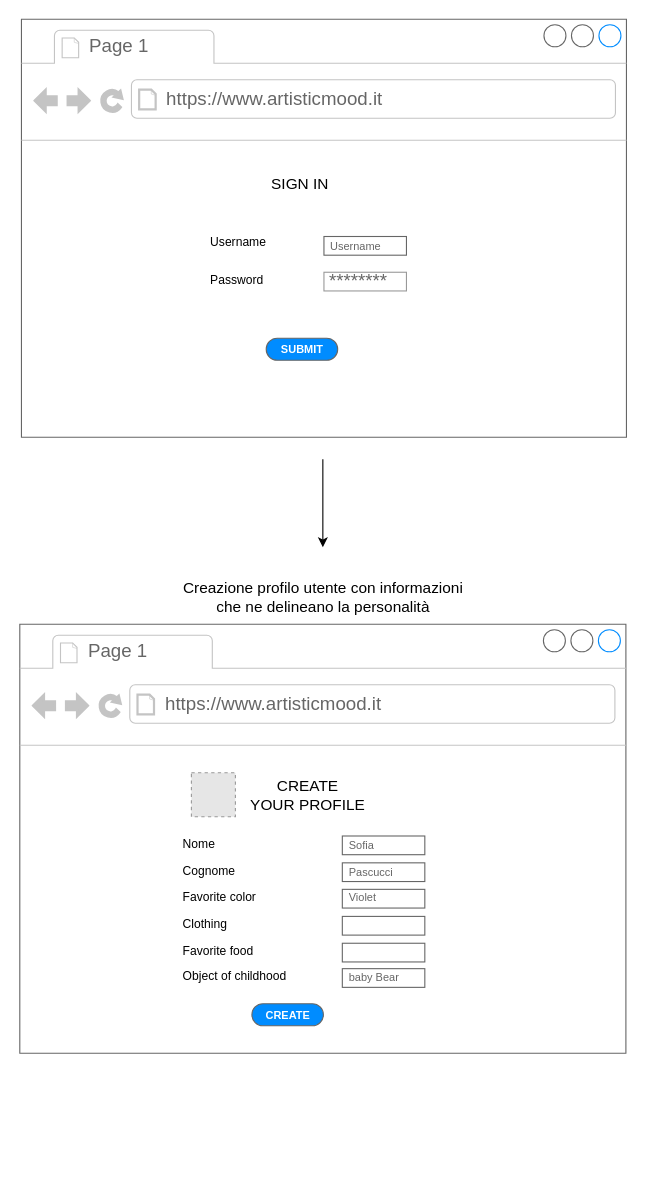
Earlier version of the draw.io diagram LOGINandPROFILE.drawio (ChiaraGismondi02/ArtisticMood). Source tidied: cells renumbered, new cells numbered last; positions are measured from the earlier drawing's top-left corner, leaving out a move shared by most shapes. Both pictures are drawn from the tidied source at 110%, with x=0, y=0 at pixel (20, 19). Pictures stored in the file or linked from it are replaced by grey dashed boxes.
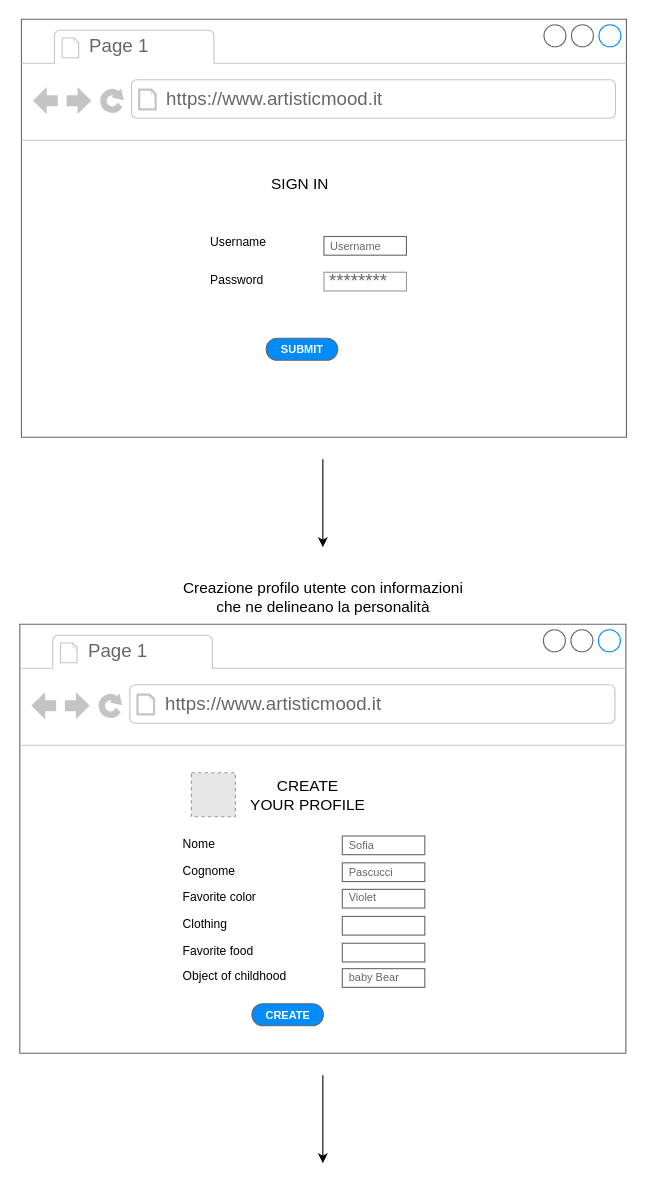
The same diagram, later.

What changed in the source:
```diff
@@
+    <mxCell id="31" style="endArrow=classic;html=1;" parent="1" edge="1">
+      <mxGeometry relative="1" as="geometry">
+        <mxPoint x="275" y="960" as="sourcePoint" />
+        <mxPoint x="275" y="1040" as="targetPoint" />
+      </mxGeometry>
+    </mxCell>
```
